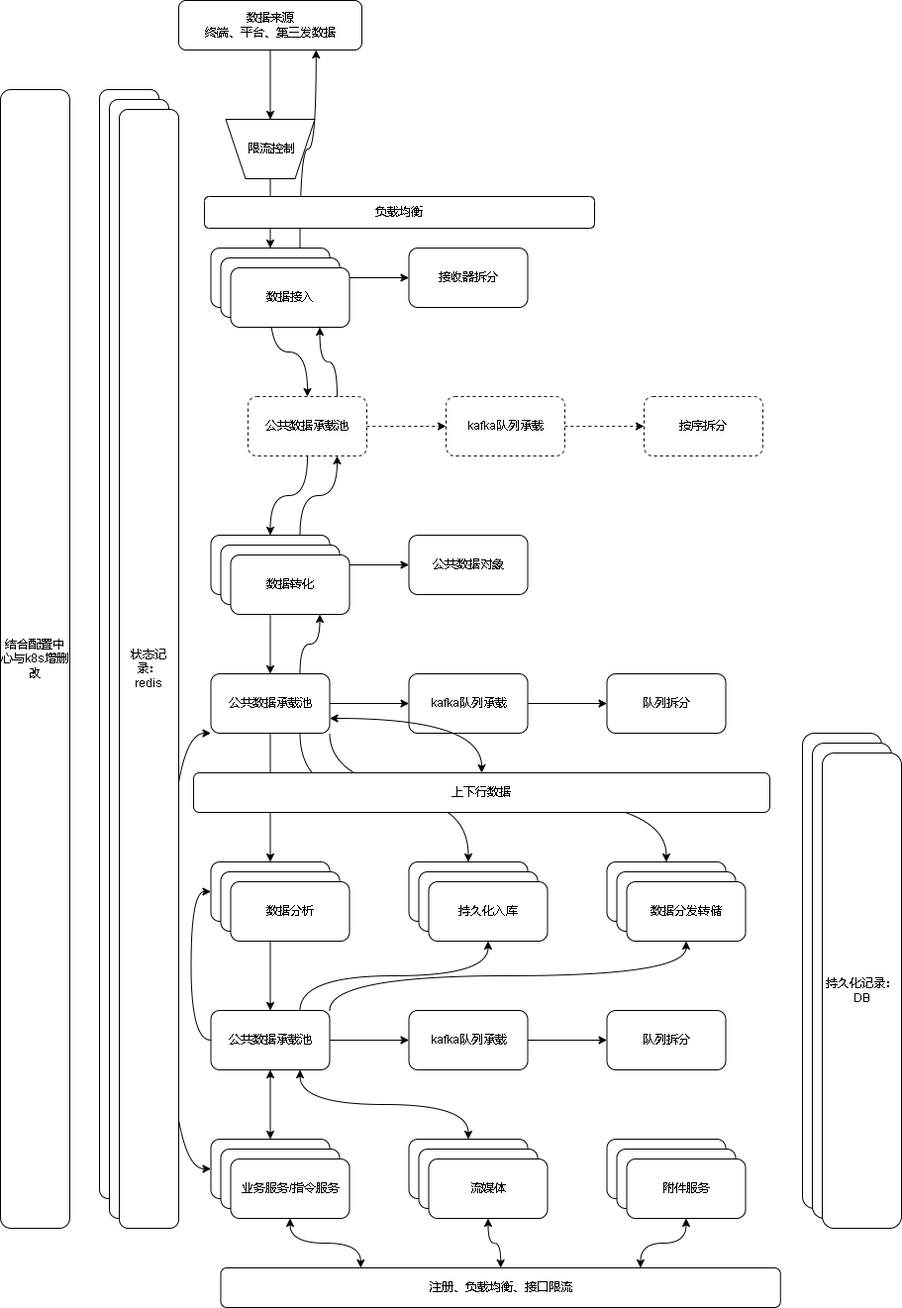
Above: 808后台架构.drawio.png in xktder/draw (draw.io), before the change. Source tidied: cells renumbered, new cells last; positions are measured from the earlier drawing's top-left corner, leaving out a move shared by most shapes.
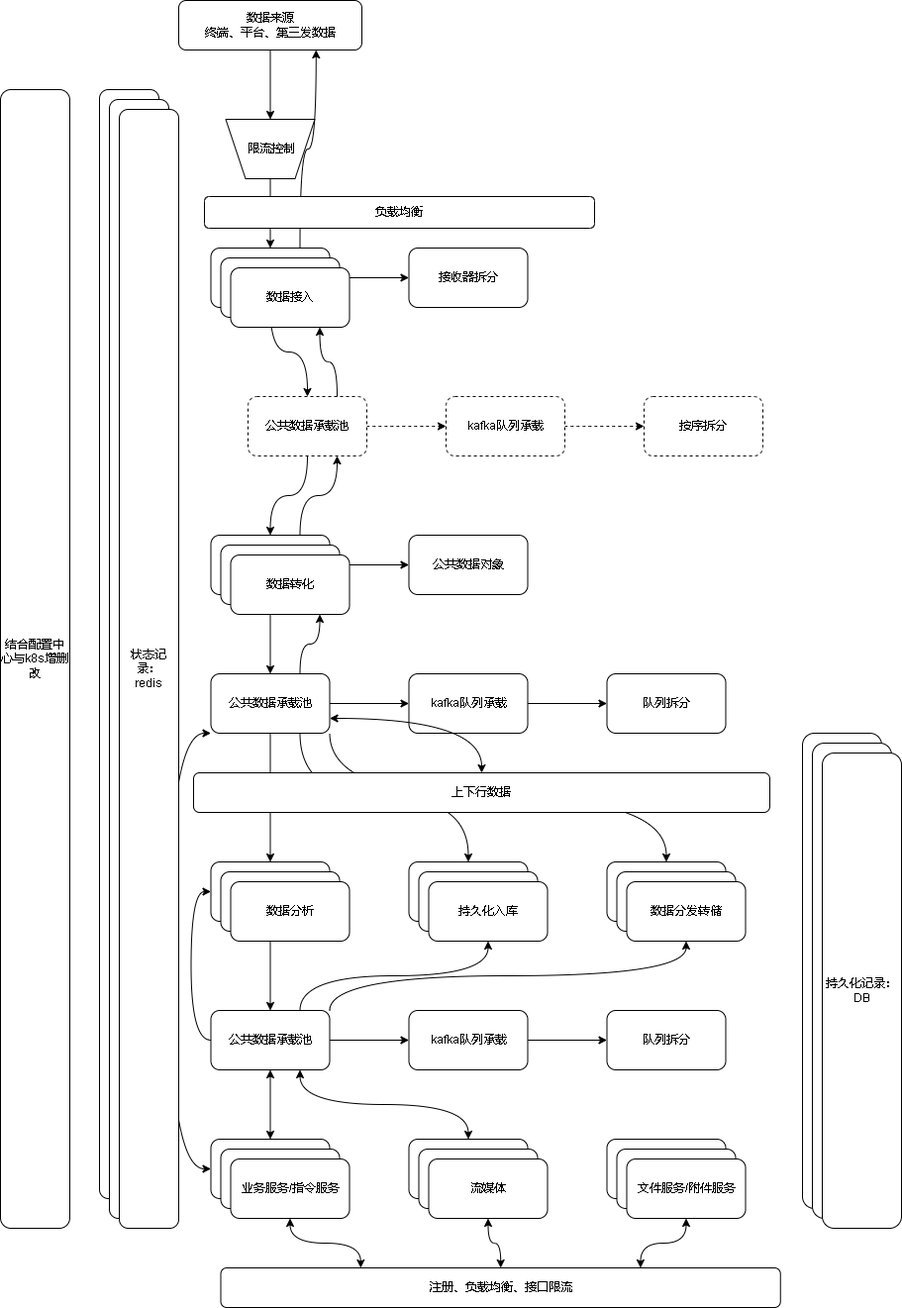
Above is the later version.

Commit message:
更新808后台架构.drawio.png

Change to the diagram source:
```diff
@@ -229,7 +229,7 @@
     <mxCell id="75" style="edgeStyle=orthogonalEdgeStyle;curved=1;rounded=0;jettySize=auto;html=1;entryX=0.75;entryY=0;entryDx=0;entryDy=0;startArrow=classic;startFill=1;" parent="1" edge="1" source="76" target="79">
       <mxGeometry relative="1" as="geometry" />
     </mxCell>
-    <mxCell id="76" value="附件服务" style="rounded=1;whiteSpace=wrap;html=1;" parent="1" vertex="1">
+    <mxCell id="76" value="文件服务/附件服务" style="rounded=1;whiteSpace=wrap;html=1;" parent="1" vertex="1">
       <mxGeometry x="632.5" y="1170" width="120" height="60" as="geometry" />
     </mxCell>
     <mxCell id="77" style="edgeStyle=orthogonalEdgeStyle;curved=1;rounded=0;jettySize=auto;html=1;startArrow=classic;startFill=1;" parent="1" edge="1" source="79" target="72">
```
